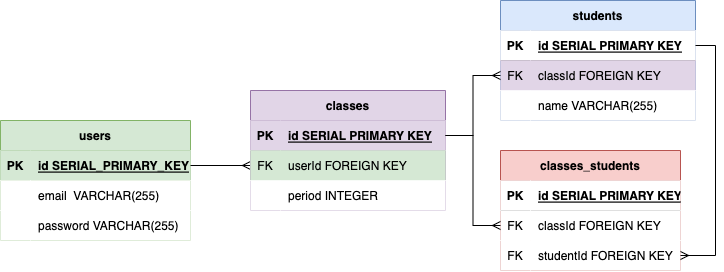
The draw.io diagram hallpassERD.drawio.png in snacksident/hallpass-logger, before a commit. Source tidied: cells renumbered, new cells last; positions are measured from the earlier drawing's top-left corner, leaving out a move shared by most shapes.
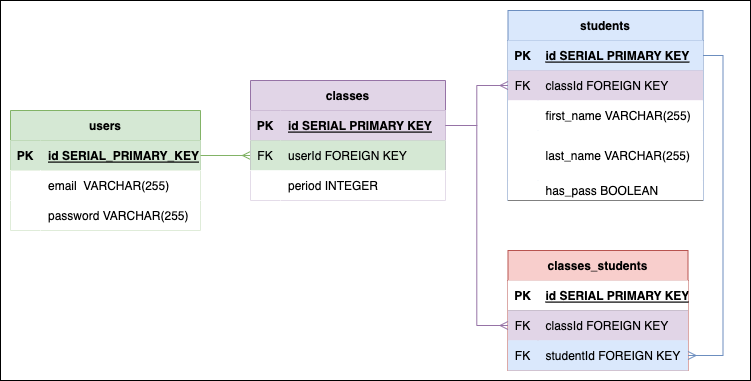
The same file after the commit.

Commit message:
add white background to erd for visibility

The edit, as a diff of the source:
```diff
@@ -2,8 +2,11 @@
   <root>
     <mxCell id="0" />
     <mxCell id="1" parent="0" />
+    <mxCell id="46" style="rounded=0;whiteSpace=wrap;html=1;fillColor=#FFFFFF;" parent="1" vertex="1">
+      <mxGeometry y="10" width="750" height="380" as="geometry" />
+    </mxCell>
     <mxCell id="2" value="users" style="shape=table;startSize=30;rowLines=0;fontStyle=1;align=center;fillColor=#d5e8d4;strokeColor=#82b366;" parent="1" vertex="1">
-      <mxGeometry y="120" width="190" height="120" as="geometry" />
+      <mxGeometry x="10" y="120" width="190" height="120" as="geometry" />
     </mxCell>
     <mxCell id="3" style="shape=tableRow;horizontal=0;startSize=0;swimlaneHead=0;swimlaneBody=0;fillColor=#d5e8d4;points=[[0,0.5],[1,0.5]];portConstraint=eastwest;top=0;left=0;right=0;bottom=1;strokeColor=#82b366;" parent="2" vertex="1">
       <mxGeometry y="30" width="190" height="30" as="geometry" />
@@ -33,15 +36,15 @@
       <mxGeometry x="30" width="160" height="30" as="geometry" />
     </mxCell>
     <mxCell id="12" value="students" style="shape=table;startSize=30;rowLines=0;fontStyle=1;align=center;strokeColor=#6c8ebf;fillColor=#dae8fc;" parent="1" vertex="1">
-      <mxGeometry x="500" width="195" height="120" as="geometry" />
+      <mxGeometry x="507.5" y="20" width="195" height="190" as="geometry" />
     </mxCell>
-    <mxCell id="13" style="shape=tableRow;horizontal=0;startSize=0;swimlaneHead=0;swimlaneBody=0;points=[[0,0.5],[1,0.5]];portConstraint=eastwest;top=0;left=0;right=0;bottom=1;" parent="12" vertex="1">
+    <mxCell id="13" style="shape=tableRow;horizontal=0;startSize=0;swimlaneHead=0;swimlaneBody=0;points=[[0,0.5],[1,0.5]];portConstraint=eastwest;top=0;left=0;right=0;bottom=1;fillColor=#dae8fc;strokeColor=#6c8ebf;" parent="12" vertex="1">
       <mxGeometry y="30" width="195" height="30" as="geometry" />
     </mxCell>
-    <mxCell id="14" value="PK" style="shape=partialRectangle;top=0;left=0;bottom=0;right=0;fontStyle=1;overflow=hidden;" parent="13" vertex="1">
+    <mxCell id="14" value="PK" style="shape=partialRectangle;top=0;left=0;bottom=0;right=0;fontStyle=1;overflow=hidden;fillColor=#dae8fc;strokeColor=#6c8ebf;" parent="13" vertex="1">
       <mxGeometry width="30" height="30" as="geometry" />
     </mxCell>
-    <mxCell id="15" value="id SERIAL PRIMARY KEY" style="shape=partialRectangle;top=0;left=0;bottom=0;right=0;align=left;spacingLeft=6;fontStyle=5;overflow=hidden;" parent="13" vertex="1">
+    <mxCell id="15" value="id SERIAL PRIMARY KEY" style="shape=partialRectangle;top=0;left=0;bottom=0;right=0;align=left;spacingLeft=6;fontStyle=5;overflow=hidden;fillColor=#dae8fc;strokeColor=#6c8ebf;" parent="13" vertex="1">
       <mxGeometry x="30" width="165" height="30" as="geometry" />
     </mxCell>
     <mxCell id="16" style="shape=tableRow;horizontal=0;startSize=0;swimlaneHead=0;swimlaneBody=0;fillColor=#e1d5e7;points=[[0,0.5],[1,0.5]];portConstraint=eastwest;top=0;left=0;right=0;bottom=0;strokeColor=#9673a6;" parent="12" vertex="1">
@@ -59,10 +62,28 @@
     <mxCell id="20" style="shape=partialRectangle;fillColor=#FFFFFF;top=0;left=0;bottom=0;right=0;overflow=hidden;strokeColor=#009900;" parent="19" vertex="1">
       <mxGeometry width="30" height="30" as="geometry" />
     </mxCell>
-    <mxCell id="21" value="name VARCHAR(255)" style="shape=partialRectangle;fillColor=#FFFFFF;top=0;left=0;bottom=0;right=0;align=left;spacingLeft=6;overflow=hidden;strokeColor=#009900;" parent="19" vertex="1">
+    <mxCell id="21" value="first_name VARCHAR(255)" style="shape=partialRectangle;fillColor=#FFFFFF;top=0;left=0;bottom=0;right=0;align=left;spacingLeft=6;overflow=hidden;strokeColor=#009900;" parent="19" vertex="1">
       <mxGeometry x="30" width="165" height="30" as="geometry" />
     </mxCell>
+    <mxCell id="47" style="shape=tableRow;horizontal=0;startSize=0;swimlaneHead=0;swimlaneBody=0;top=0;left=0;right=0;bottom=0;" parent="12" vertex="1">
+      <mxGeometry y="120" width="195" height="50" as="geometry" />
+    </mxCell>
+    <mxCell id="48" style="shape=partialRectangle;top=0;left=0;bottom=0;right=0;fontStyle=0;overflow=hidden;" parent="47" vertex="1">
+      <mxGeometry width="30" height="50" as="geometry" />
+    </mxCell>
+    <mxCell id="49" value="last_name VARCHAR(255)" style="shape=partialRectangle;top=0;left=0;bottom=0;right=0;align=left;spacingLeft=6;fontStyle=0;overflow=hidden;" parent="47" vertex="1">
+      <mxGeometry x="30" width="165" height="50" as="geometry" />
+    </mxCell>
+    <mxCell id="50" style="shape=tableRow;horizontal=0;startSize=0;swimlaneHead=0;swimlaneBody=0;top=0;left=0;right=0;bottom=1;" parent="12" vertex="1">
+      <mxGeometry y="170" width="195" height="20" as="geometry" />
+    </mxCell>
+    <mxCell id="51" style="shape=partialRectangle;top=0;left=0;bottom=0;right=0;fontStyle=1;overflow=hidden;" parent="50" vertex="1">
+      <mxGeometry width="30" height="20" as="geometry" />
+    </mxCell>
+    <mxCell id="52" value="has_pass BOOLEAN" style="shape=partialRectangle;top=0;left=0;bottom=0;right=0;align=left;spacingLeft=6;fontStyle=0;overflow=hidden;" parent="50" vertex="1">
+      <mxGeometry x="30" width="165" height="20" as="geometry" />
+    </mxCell>
-    <mxCell id="22" style="edgeStyle=orthogonalEdgeStyle;rounded=0;jettySize=auto;html=1;endArrow=ERmany;endFill=0;entryX=0;entryY=0.5;entryDx=0;entryDy=0;" parent="1" edge="1" source="3" target="27">
+    <mxCell id="22" style="edgeStyle=orthogonalEdgeStyle;rounded=0;jettySize=auto;html=1;endArrow=ERmany;endFill=0;entryX=0;entryY=0.5;entryDx=0;entryDy=0;fillColor=#d5e8d4;strokeColor=#82b366;" parent="1" edge="1" source="3" target="27">
       <mxGeometry relative="1" as="geometry" />
     </mxCell>
     <mxCell id="23" value="classes" style="shape=table;startSize=30;rowLines=0;fontStyle=1;align=center;strokeColor=#9673a6;fillColor=#e1d5e7;" parent="1" vertex="1">
@@ -95,11 +116,11 @@
     <mxCell id="32" value="period INTEGER" style="shape=partialRectangle;fillColor=#FFFFFF;top=0;left=0;bottom=0;right=0;align=left;spacingLeft=6;overflow=hidden;strokeColor=#009900;" parent="30" vertex="1">
       <mxGeometry x="30" width="165" height="30" as="geometry" />
     </mxCell>
-    <mxCell id="33" style="edgeStyle=orthogonalEdgeStyle;rounded=0;jettySize=auto;html=1;exitX=1;exitY=0.5;exitDx=0;exitDy=0;entryX=0;entryY=0.5;entryDx=0;entryDy=0;endArrow=ERmany;endFill=0;" parent="1" edge="1" source="24" target="16">
+    <mxCell id="33" style="edgeStyle=orthogonalEdgeStyle;rounded=0;jettySize=auto;html=1;exitX=1;exitY=0.5;exitDx=0;exitDy=0;entryX=0;entryY=0.5;entryDx=0;entryDy=0;endArrow=ERmany;endFill=0;fillColor=#e1d5e7;strokeColor=#9673a6;" parent="1" edge="1" source="24" target="16">
       <mxGeometry relative="1" as="geometry" />
     </mxCell>
     <mxCell id="34" value="classes_students" style="shape=table;startSize=30;rowLines=0;fontStyle=1;align=center;strokeColor=#b85450;fillColor=#f8cecc;" parent="1" vertex="1">
-      <mxGeometry x="500" y="150" width="180" height="120" as="geometry" />
+      <mxGeometry x="507.5" y="260" width="180" height="120" as="geometry" />
     </mxCell>
     <mxCell id="35" style="shape=tableRow;horizontal=0;startSize=0;swimlaneHead=0;swimlaneBody=0;top=0;left=0;right=0;bottom=1;" parent="34" vertex="1">
       <mxGeometry y="30" width="180" height="30" as="geometry" />
@@ -110,28 +131,28 @@
     <mxCell id="37" value="id SERIAL PRIMARY KEY" style="shape=partialRectangle;top=0;left=0;bottom=0;right=0;align=left;spacingLeft=6;fontStyle=5;overflow=hidden;" parent="35" vertex="1">
       <mxGeometry x="30" width="150" height="30" as="geometry" />
     </mxCell>
-    <mxCell id="38" style="shape=tableRow;horizontal=0;startSize=0;swimlaneHead=0;swimlaneBody=0;points=[[0,0.5],[1,0.5]];portConstraint=eastwest;top=0;left=0;right=0;bottom=0;" parent="34" vertex="1">
+    <mxCell id="38" style="shape=tableRow;horizontal=0;startSize=0;swimlaneHead=0;swimlaneBody=0;points=[[0,0.5],[1,0.5]];portConstraint=eastwest;top=0;left=0;right=0;bottom=0;fillColor=#e1d5e7;strokeColor=#9673a6;" parent="34" vertex="1">
       <mxGeometry y="60" width="180" height="30" as="geometry" />
     </mxCell>
-    <mxCell id="39" value="FK" style="shape=partialRectangle;top=0;left=0;bottom=0;right=0;overflow=hidden;" parent="38" vertex="1">
+    <mxCell id="39" value="FK" style="shape=partialRectangle;top=0;left=0;bottom=0;right=0;overflow=hidden;fillColor=#e1d5e7;strokeColor=#9673a6;" parent="38" vertex="1">
       <mxGeometry width="30" height="30" as="geometry" />
     </mxCell>
-    <mxCell id="40" value="classId FOREIGN KEY" style="shape=partialRectangle;top=0;left=0;bottom=0;right=0;align=left;spacingLeft=6;overflow=hidden;" parent="38" vertex="1">
+    <mxCell id="40" value="classId FOREIGN KEY" style="shape=partialRectangle;top=0;left=0;bottom=0;right=0;align=left;spacingLeft=6;overflow=hidden;fillColor=#e1d5e7;strokeColor=#9673a6;" parent="38" vertex="1">
       <mxGeometry x="30" width="150" height="30" as="geometry" />
     </mxCell>
-    <mxCell id="41" style="shape=tableRow;horizontal=0;startSize=0;swimlaneHead=0;swimlaneBody=0;points=[[0,0.5],[1,0.5]];portConstraint=eastwest;top=0;left=0;right=0;bottom=0;" parent="34" vertex="1">
+    <mxCell id="41" style="shape=tableRow;horizontal=0;startSize=0;swimlaneHead=0;swimlaneBody=0;points=[[0,0.5],[1,0.5]];portConstraint=eastwest;top=0;left=0;right=0;bottom=0;fillColor=#dae8fc;strokeColor=#6c8ebf;" parent="34" vertex="1">
       <mxGeometry y="90" width="180" height="30" as="geometry" />
     </mxCell>
-    <mxCell id="42" value="FK" style="shape=partialRectangle;top=0;left=0;bottom=0;right=0;overflow=hidden;" parent="41" vertex="1">
+    <mxCell id="42" value="FK" style="shape=partialRectangle;top=0;left=0;bottom=0;right=0;overflow=hidden;fillColor=#dae8fc;strokeColor=#6c8ebf;" parent="41" vertex="1">
       <mxGeometry width="30" height="30" as="geometry" />
     </mxCell>
-    <mxCell id="43" value="studentId FOREIGN KEY" style="shape=partialRectangle;top=0;left=0;bottom=0;right=0;align=left;spacingLeft=6;overflow=hidden;" parent="41" vertex="1">
+    <mxCell id="43" value="studentId FOREIGN KEY" style="shape=partialRectangle;top=0;left=0;bottom=0;right=0;align=left;spacingLeft=6;overflow=hidden;fillColor=#dae8fc;strokeColor=#6c8ebf;" parent="41" vertex="1">
       <mxGeometry x="30" width="150" height="30" as="geometry" />
     </mxCell>
-    <mxCell id="44" style="edgeStyle=orthogonalEdgeStyle;rounded=0;jettySize=auto;html=1;exitX=1;exitY=0.5;exitDx=0;exitDy=0;entryX=0;entryY=0.5;entryDx=0;entryDy=0;endArrow=ERmany;endFill=0;" parent="1" edge="1" source="24" target="38">
+    <mxCell id="44" style="edgeStyle=orthogonalEdgeStyle;rounded=0;jettySize=auto;html=1;exitX=1;exitY=0.5;exitDx=0;exitDy=0;entryX=0;entryY=0.5;entryDx=0;entryDy=0;endArrow=ERmany;endFill=0;fillColor=#e1d5e7;strokeColor=#9673a6;" parent="1" edge="1" source="24" target="38">
       <mxGeometry relative="1" as="geometry" />
     </mxCell>
-    <mxCell id="45" style="edgeStyle=orthogonalEdgeStyle;rounded=0;jettySize=auto;html=1;exitX=1;exitY=0.5;exitDx=0;exitDy=0;entryX=1;entryY=0.5;entryDx=0;entryDy=0;endArrow=ERmany;endFill=0;" parent="1" edge="1" source="13" target="41">
+    <mxCell id="45" style="edgeStyle=orthogonalEdgeStyle;rounded=0;jettySize=auto;html=1;exitX=1;exitY=0.5;exitDx=0;exitDy=0;entryX=1;entryY=0.5;entryDx=0;entryDy=0;endArrow=ERmany;endFill=0;fillColor=#dae8fc;strokeColor=#6c8ebf;" parent="1" edge="1" source="13" target="41">
       <mxGeometry relative="1" as="geometry" />
     </mxCell>
   </root>
```
